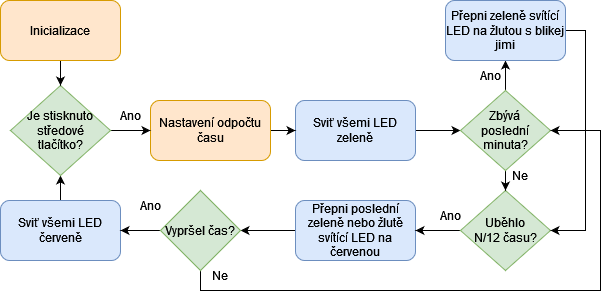
The draw.io diagram text/obrazky/Odpocitavani_diagram.png in renata7zemanova/Semafor, before a commit. Source tidied: cells renumbered, new cells last; positions are measured from the earlier drawing's top-left corner, leaving out a move shared by most shapes.
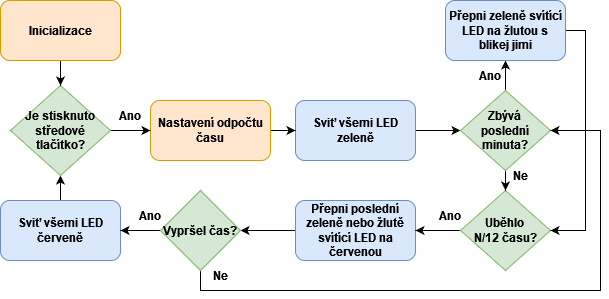
Above is the later version.

What changed in the source:
```diff
@@ -2,61 +2,61 @@
   <root>
     <mxCell id="0" />
     <mxCell id="1" parent="0" />
-    <mxCell id="2" style="edgeStyle=orthogonalEdgeStyle;rounded=0;jettySize=auto;html=1;" parent="1" edge="1" source="3" target="10">
+    <mxCell id="2" style="edgeStyle=orthogonalEdgeStyle;rounded=0;jettySize=auto;html=1;fontStyle=1;" parent="1" edge="1" source="3" target="10">
       <mxGeometry relative="1" as="geometry" />
     </mxCell>
-    <mxCell id="3" value="Sviť všemi LED zeleně" style="rounded=1;whiteSpace=wrap;html=1;fillColor=#dae8fc;strokeColor=#6c8ebf;" parent="1" vertex="1">
+    <mxCell id="3" value="Sviť všemi LED zeleně" style="rounded=1;whiteSpace=wrap;html=1;fillColor=#dae8fc;strokeColor=#6c8ebf;fontStyle=1;" parent="1" vertex="1">
       <mxGeometry x="295" y="100" width="120" height="60" as="geometry" />
     </mxCell>
-    <mxCell id="4" style="edgeStyle=orthogonalEdgeStyle;rounded=0;jettySize=auto;html=1;entryX=1;entryY=0.5;entryDx=0;entryDy=0;" parent="1" edge="1" source="5" target="21">
+    <mxCell id="4" style="edgeStyle=orthogonalEdgeStyle;rounded=0;jettySize=auto;html=1;entryX=1;entryY=0.5;entryDx=0;entryDy=0;fontStyle=1;" parent="1" edge="1" source="5" target="21">
       <mxGeometry relative="1" as="geometry" />
     </mxCell>
-    <mxCell id="5" value="Přepni poslední zeleně nebo žlutě svítící LED na červenou" style="rounded=1;whiteSpace=wrap;html=1;fillColor=#dae8fc;strokeColor=#6c8ebf;" parent="1" vertex="1">
+    <mxCell id="5" value="Přepni poslední zeleně nebo žlutě svítící LED na červenou" style="rounded=1;whiteSpace=wrap;html=1;fillColor=#dae8fc;strokeColor=#6c8ebf;fontStyle=1;" parent="1" vertex="1">
       <mxGeometry x="295" y="200" width="120" height="60" as="geometry" />
     </mxCell>
-    <mxCell id="6" style="edgeStyle=orthogonalEdgeStyle;rounded=0;jettySize=auto;html=1;entryX=1;entryY=0.5;entryDx=0;entryDy=0;" parent="1" edge="1" source="7" target="5">
+    <mxCell id="6" style="edgeStyle=orthogonalEdgeStyle;rounded=0;jettySize=auto;html=1;entryX=1;entryY=0.5;entryDx=0;entryDy=0;fontStyle=1;" parent="1" edge="1" source="7" target="5">
       <mxGeometry relative="1" as="geometry" />
     </mxCell>
-    <mxCell id="7" value="&lt;div&gt;Uběhlo &lt;br&gt;&lt;/div&gt;&lt;div&gt;N/12 času?&lt;/div&gt;" style="rhombus;whiteSpace=wrap;html=1;fillColor=#d5e8d4;strokeColor=#82b366;" parent="1" vertex="1">
+    <mxCell id="7" value="&lt;div&gt;Uběhlo &lt;br&gt;&lt;/div&gt;&lt;div&gt;N/12 času?&lt;/div&gt;" style="rhombus;whiteSpace=wrap;html=1;fillColor=#d5e8d4;strokeColor=#82b366;fontStyle=1;" parent="1" vertex="1">
       <mxGeometry x="460" y="190" width="90" height="80" as="geometry" />
     </mxCell>
-    <mxCell id="8" style="edgeStyle=orthogonalEdgeStyle;rounded=0;jettySize=auto;html=1;entryX=0.5;entryY=1;entryDx=0;entryDy=0;" parent="1" edge="1" source="10" target="24">
+    <mxCell id="8" style="edgeStyle=orthogonalEdgeStyle;rounded=0;jettySize=auto;html=1;entryX=0.5;entryY=1;entryDx=0;entryDy=0;fontStyle=1;" parent="1" edge="1" source="10" target="24">
       <mxGeometry relative="1" as="geometry" />
     </mxCell>
-    <mxCell id="9" style="edgeStyle=orthogonalEdgeStyle;rounded=0;jettySize=auto;html=1;entryX=0.5;entryY=0;entryDx=0;entryDy=0;" parent="1" edge="1" source="10" target="7">
+    <mxCell id="9" style="edgeStyle=orthogonalEdgeStyle;rounded=0;jettySize=auto;html=1;entryX=0.5;entryY=0;entryDx=0;entryDy=0;fontStyle=1;" parent="1" edge="1" source="10" target="7">
       <mxGeometry relative="1" as="geometry" />
     </mxCell>
-    <mxCell id="10" value="&lt;div&gt;Zbývá &lt;br&gt;&lt;/div&gt;&lt;div&gt;poslední minuta?&lt;/div&gt;" style="rhombus;whiteSpace=wrap;html=1;fillColor=#d5e8d4;strokeColor=#82b366;" parent="1" vertex="1">
+    <mxCell id="10" value="&lt;div&gt;Zbývá &lt;br&gt;&lt;/div&gt;&lt;div&gt;poslední minuta?&lt;/div&gt;" style="rhombus;whiteSpace=wrap;html=1;fillColor=#d5e8d4;strokeColor=#82b366;fontStyle=1;" parent="1" vertex="1">
       <mxGeometry x="460" y="90" width="90" height="80" as="geometry" />
     </mxCell>
-    <mxCell id="11" style="edgeStyle=orthogonalEdgeStyle;rounded=0;jettySize=auto;html=1;" parent="1" edge="1" source="12" target="3">
+    <mxCell id="11" style="edgeStyle=orthogonalEdgeStyle;rounded=0;jettySize=auto;html=1;fontStyle=1;" parent="1" edge="1" source="12" target="3">
       <mxGeometry relative="1" as="geometry" />
     </mxCell>
-    <mxCell id="12" value="Nastavení odpočtu času" style="rounded=1;whiteSpace=wrap;html=1;fillColor=#ffe6cc;strokeColor=#d79b00;" parent="1" vertex="1">
+    <mxCell id="12" value="Nastavení odpočtu času" style="rounded=1;whiteSpace=wrap;html=1;fillColor=#ffe6cc;strokeColor=#d79b00;fontStyle=1;" parent="1" vertex="1">
       <mxGeometry x="150" y="100" width="120" height="60" as="geometry" />
     </mxCell>
-    <mxCell id="13" value="Ano" style="text;html=1;strokeColor=none;fillColor=none;align=center;verticalAlign=middle;whiteSpace=wrap;rounded=0;" parent="1" vertex="1">
-      <mxGeometry x="120" y="190" width="60" height="30" as="geometry" />
+    <mxCell id="13" value="Ano" style="text;html=1;strokeColor=none;fillColor=none;align=center;verticalAlign=middle;whiteSpace=wrap;rounded=0;fontStyle=1;" parent="1" vertex="1">
+      <mxGeometry x="120" y="200" width="60" height="30" as="geometry" />
     </mxCell>
-    <mxCell id="14" value="&lt;div&gt;Ne&lt;/div&gt;" style="text;html=1;strokeColor=none;fillColor=none;align=center;verticalAlign=middle;whiteSpace=wrap;rounded=0;" parent="1" vertex="1">
+    <mxCell id="14" value="&lt;div&gt;Ne&lt;/div&gt;" style="text;html=1;strokeColor=none;fillColor=none;align=center;verticalAlign=middle;whiteSpace=wrap;rounded=0;fontStyle=1;" parent="1" vertex="1">
       <mxGeometry x="190" y="260" width="60" height="30" as="geometry" />
     </mxCell>
-    <mxCell id="15" value="Ano" style="text;html=1;strokeColor=none;fillColor=none;align=center;verticalAlign=middle;whiteSpace=wrap;rounded=0;" parent="1" vertex="1">
+    <mxCell id="15" value="Ano" style="text;html=1;strokeColor=none;fillColor=none;align=center;verticalAlign=middle;whiteSpace=wrap;rounded=0;fontStyle=1;" parent="1" vertex="1">
       <mxGeometry x="420" y="200" width="60" height="30" as="geometry" />
     </mxCell>
-    <mxCell id="16" style="edgeStyle=orthogonalEdgeStyle;rounded=0;jettySize=auto;html=1;entryX=0.5;entryY=1;entryDx=0;entryDy=0;" parent="1" edge="1" source="17" target="26">
+    <mxCell id="16" style="edgeStyle=orthogonalEdgeStyle;rounded=0;jettySize=auto;html=1;entryX=0.5;entryY=1;entryDx=0;entryDy=0;fontStyle=1;" parent="1" edge="1" source="17" target="26">
       <mxGeometry relative="1" as="geometry" />
     </mxCell>
-    <mxCell id="17" value="Sviť všemi LED červeně" style="rounded=1;whiteSpace=wrap;html=1;fillColor=#dae8fc;strokeColor=#6c8ebf;" parent="1" vertex="1">
+    <mxCell id="17" value="Sviť všemi LED červeně" style="rounded=1;whiteSpace=wrap;html=1;fillColor=#dae8fc;strokeColor=#6c8ebf;fontStyle=1;" parent="1" vertex="1">
       <mxGeometry y="200" width="120" height="60" as="geometry" />
     </mxCell>
-    <mxCell id="18" value="Ano" style="text;html=1;strokeColor=none;fillColor=none;align=center;verticalAlign=middle;whiteSpace=wrap;rounded=0;" parent="1" vertex="1">
+    <mxCell id="18" value="Ano" style="text;html=1;strokeColor=none;fillColor=none;align=center;verticalAlign=middle;whiteSpace=wrap;rounded=0;fontStyle=1;" parent="1" vertex="1">
       <mxGeometry x="460" y="60" width="60" height="30" as="geometry" />
     </mxCell>
-    <mxCell id="19" style="edgeStyle=orthogonalEdgeStyle;rounded=0;jettySize=auto;html=1;" parent="1" edge="1" source="21" target="17">
+    <mxCell id="19" style="edgeStyle=orthogonalEdgeStyle;rounded=0;jettySize=auto;html=1;fontStyle=1;" parent="1" edge="1" source="21" target="17">
       <mxGeometry relative="1" as="geometry" />
     </mxCell>
-    <mxCell id="20" style="edgeStyle=orthogonalEdgeStyle;rounded=0;jettySize=auto;html=1;entryX=1;entryY=0.5;entryDx=0;entryDy=0;" parent="1" edge="1" source="21" target="10">
+    <mxCell id="20" style="edgeStyle=orthogonalEdgeStyle;rounded=0;jettySize=auto;html=1;entryX=1;entryY=0.5;entryDx=0;entryDy=0;fontStyle=1;" parent="1" edge="1" source="21" target="10">
       <mxGeometry relative="1" as="geometry">
         <Array as="points">
           <mxPoint x="200" y="290" />
@@ -65,13 +65,13 @@
         </Array>
       </mxGeometry>
     </mxCell>
-    <mxCell id="21" value="Vypršel čas?" style="rhombus;whiteSpace=wrap;html=1;fillColor=#d5e8d4;strokeColor=#82b366;" parent="1" vertex="1">
+    <mxCell id="21" value="Vypršel čas?" style="rhombus;whiteSpace=wrap;html=1;fillColor=#d5e8d4;strokeColor=#82b366;fontStyle=1;" parent="1" vertex="1">
       <mxGeometry x="160" y="190" width="80" height="80" as="geometry" />
     </mxCell>
-    <mxCell id="22" value="&lt;div&gt;Ne&lt;/div&gt;" style="text;html=1;strokeColor=none;fillColor=none;align=center;verticalAlign=middle;whiteSpace=wrap;rounded=0;" parent="1" vertex="1">
+    <mxCell id="22" value="&lt;div&gt;Ne&lt;/div&gt;" style="text;html=1;strokeColor=none;fillColor=none;align=center;verticalAlign=middle;whiteSpace=wrap;rounded=0;fontStyle=1;" parent="1" vertex="1">
       <mxGeometry x="490" y="160" width="60" height="30" as="geometry" />
     </mxCell>
-    <mxCell id="23" style="edgeStyle=orthogonalEdgeStyle;rounded=0;jettySize=auto;html=1;entryX=1;entryY=0.5;entryDx=0;entryDy=0;" parent="1" edge="1" source="24" target="7">
+    <mxCell id="23" style="edgeStyle=orthogonalEdgeStyle;rounded=0;jettySize=auto;html=1;entryX=1;entryY=0.5;entryDx=0;entryDy=0;fontStyle=1;" parent="1" edge="1" source="24" target="7">
       <mxGeometry relative="1" as="geometry">
         <Array as="points">
           <mxPoint x="585" y="30" />
@@ -79,22 +79,22 @@
         </Array>
       </mxGeometry>
     </mxCell>
-    <mxCell id="24" value="Přepni zeleně svítící LED na žlutou s blikej jimi" style="rounded=1;whiteSpace=wrap;html=1;fillColor=#dae8fc;strokeColor=#6c8ebf;" parent="1" vertex="1">
+    <mxCell id="24" value="Přepni zeleně svítící LED na žlutou s blikej jimi" style="rounded=1;whiteSpace=wrap;html=1;fillColor=#dae8fc;strokeColor=#6c8ebf;fontStyle=1;" parent="1" vertex="1">
       <mxGeometry x="445" width="120" height="60" as="geometry" />
     </mxCell>
-    <mxCell id="25" style="edgeStyle=orthogonalEdgeStyle;rounded=0;jettySize=auto;html=1;entryX=0;entryY=0.5;entryDx=0;entryDy=0;" parent="1" edge="1" source="26" target="12">
+    <mxCell id="25" style="edgeStyle=orthogonalEdgeStyle;rounded=0;jettySize=auto;html=1;entryX=0;entryY=0.5;entryDx=0;entryDy=0;fontStyle=1;" parent="1" edge="1" source="26" target="12">
       <mxGeometry relative="1" as="geometry" />
     </mxCell>
-    <mxCell id="26" value="&lt;div&gt;Je stisknuto středové&lt;/div&gt;&lt;div&gt;tlačítko?&lt;/div&gt;" style="rhombus;whiteSpace=wrap;html=1;fillColor=#d5e8d4;strokeColor=#82b366;" parent="1" vertex="1">
+    <mxCell id="26" value="&lt;div&gt;Je stisknuto středové&lt;/div&gt;&lt;div&gt;tlačítko?&lt;/div&gt;" style="rhombus;whiteSpace=wrap;html=1;fillColor=#d5e8d4;strokeColor=#82b366;fontStyle=1;" parent="1" vertex="1">
       <mxGeometry x="10" y="85" width="100" height="90" as="geometry" />
     </mxCell>
-    <mxCell id="27" value="Ano" style="text;html=1;strokeColor=none;fillColor=none;align=center;verticalAlign=middle;whiteSpace=wrap;rounded=0;" parent="1" vertex="1">
+    <mxCell id="27" value="Ano" style="text;html=1;strokeColor=none;fillColor=none;align=center;verticalAlign=middle;whiteSpace=wrap;rounded=0;fontStyle=1;" parent="1" vertex="1">
       <mxGeometry x="100" y="100" width="60" height="30" as="geometry" />
     </mxCell>
-    <mxCell id="28" style="edgeStyle=orthogonalEdgeStyle;rounded=0;jettySize=auto;html=1;entryX=0.5;entryY=0;entryDx=0;entryDy=0;" parent="1" edge="1" source="29" target="26">
+    <mxCell id="28" style="edgeStyle=orthogonalEdgeStyle;rounded=0;jettySize=auto;html=1;entryX=0.5;entryY=0;entryDx=0;entryDy=0;fontStyle=1;" parent="1" edge="1" source="29" target="26">
       <mxGeometry relative="1" as="geometry" />
     </mxCell>
-    <mxCell id="29" value="Inicializace" style="rounded=1;whiteSpace=wrap;html=1;fillColor=#ffe6cc;strokeColor=#d79b00;" parent="1" vertex="1">
+    <mxCell id="29" value="Inicializace" style="rounded=1;whiteSpace=wrap;html=1;fillColor=#ffe6cc;strokeColor=#d79b00;fontStyle=1;" parent="1" vertex="1">
       <mxGeometry width="120" height="60" as="geometry" />
     </mxCell>
   </root>
```
